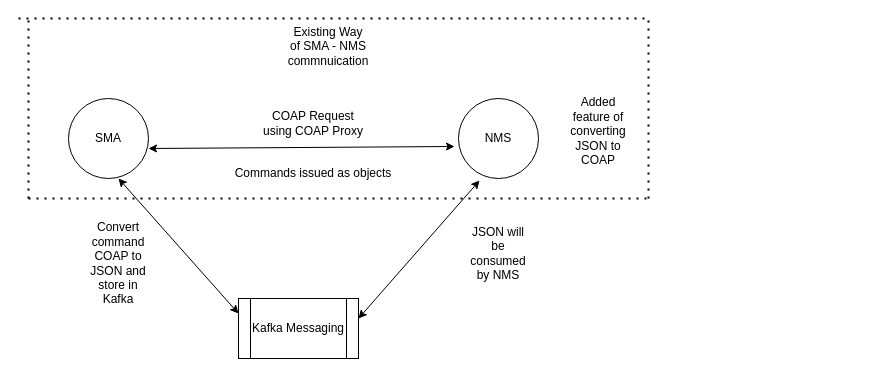
The draw.io diagram COAP.drawio in anshuldevmehta/RandomDiagrams, before the edit. Source tidied: cells renumbered, new cells numbered last; positions are measured from the earlier drawing's top-left corner, leaving out a move shared by most shapes. Both pictures are drawn from the tidied source at 100%, with x=0, y=0 at pixel (18, 18).
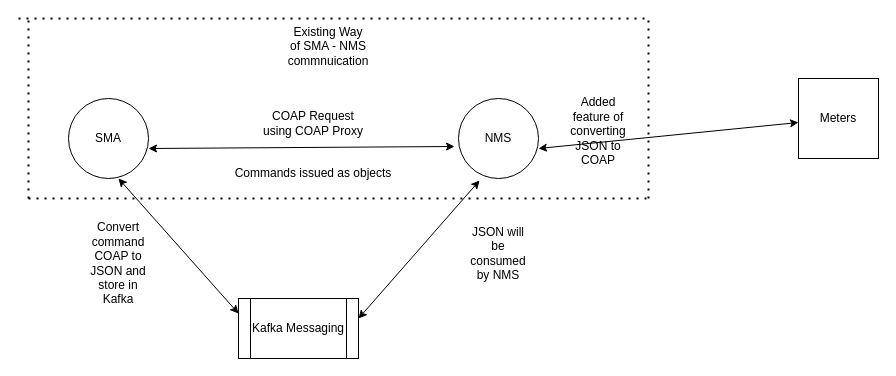
Above is the later version.

Change to the diagram source:
```diff
@@
+    <mxCell id="18" value="Meters" style="whiteSpace=wrap;html=1;" parent="1" vertex="1">
+      <mxGeometry x="780" y="60" width="80" height="80" as="geometry" />
+    </mxCell>
+    <mxCell id="19" style="endArrow=classic;startArrow=classic;html=1;rounded=0;" parent="1" edge="1" target="18">
+      <mxGeometry relative="1" as="geometry">
+        <mxPoint x="520" y="130" as="sourcePoint" />
+      </mxGeometry>
+    </mxCell>
```
